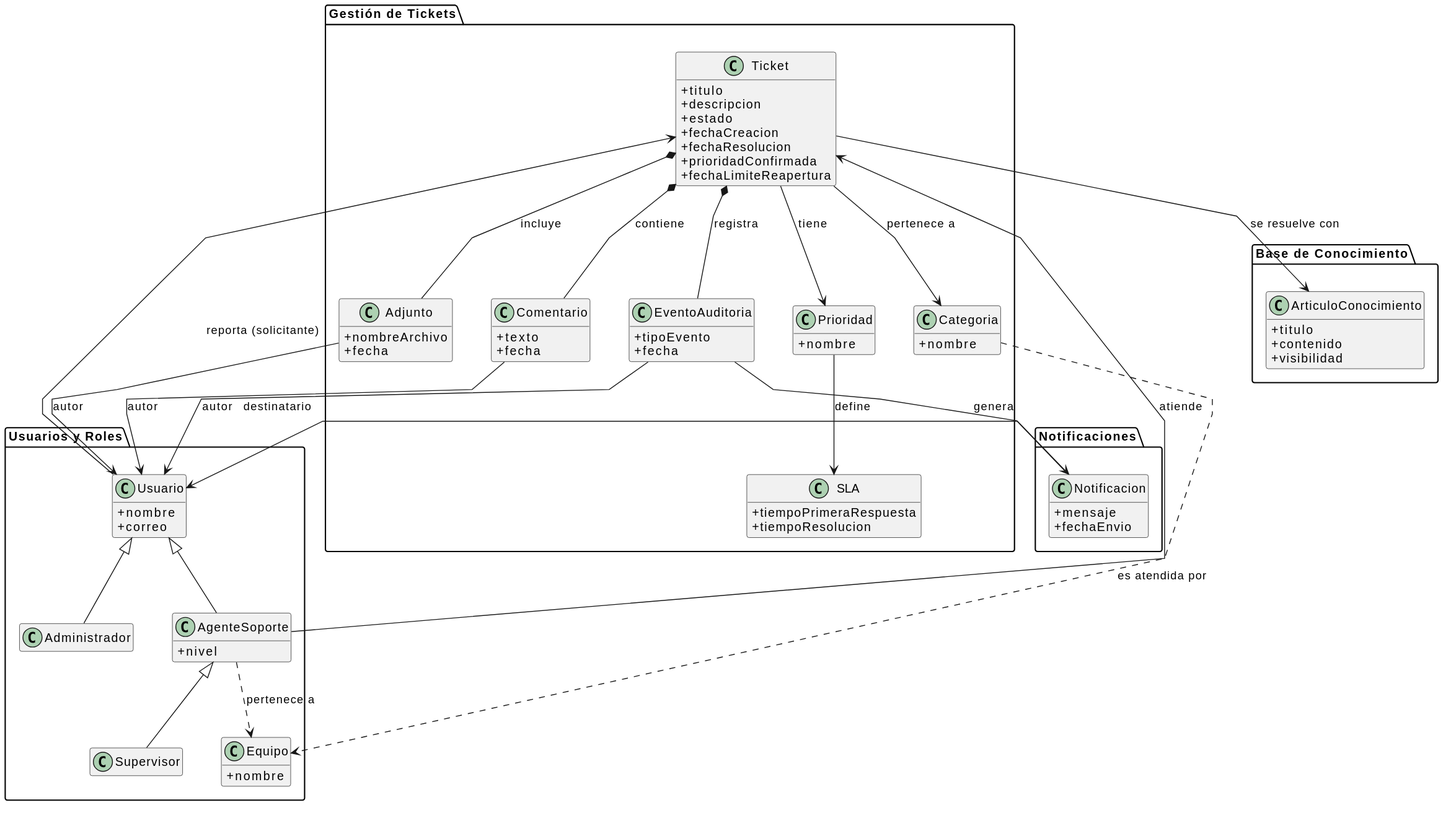
Above: puml/01-fase-inicio/modelo-dominio/diagrama-clases.svg in Dievex/01-HelpDesk (PlantUML), before the change.
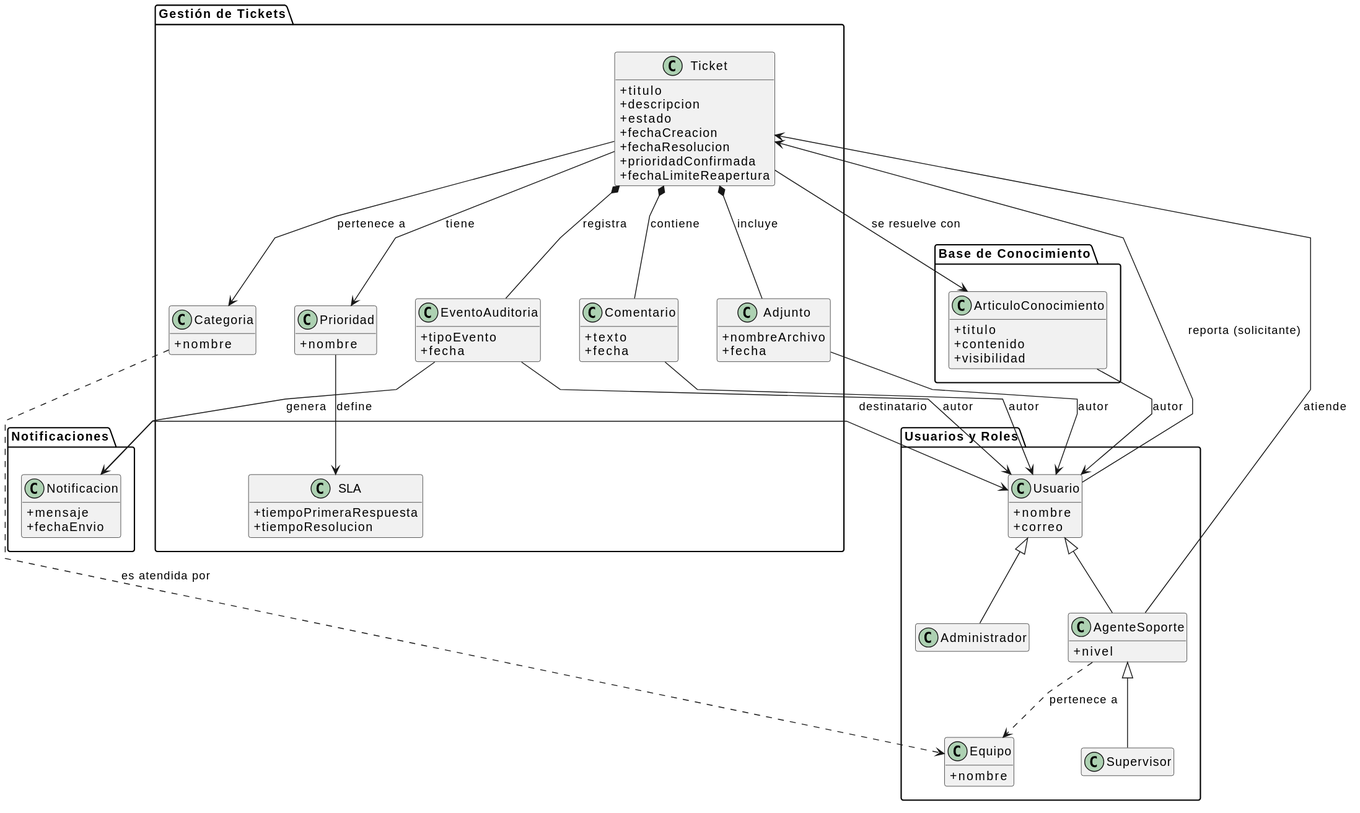
The same file after the commit.

Diff of the diagram source:
```diff
@@ -91,5 +91,6 @@
 Comentario  -->  Usuario : autor
 Adjunto  -->  Usuario : autor
 EventoAuditoria  -->  Usuario : autor
+ArticuloConocimiento  -->  Usuario : autor
 EventoAuditoria  -->  Notificacion : genera
 @enduml
```
